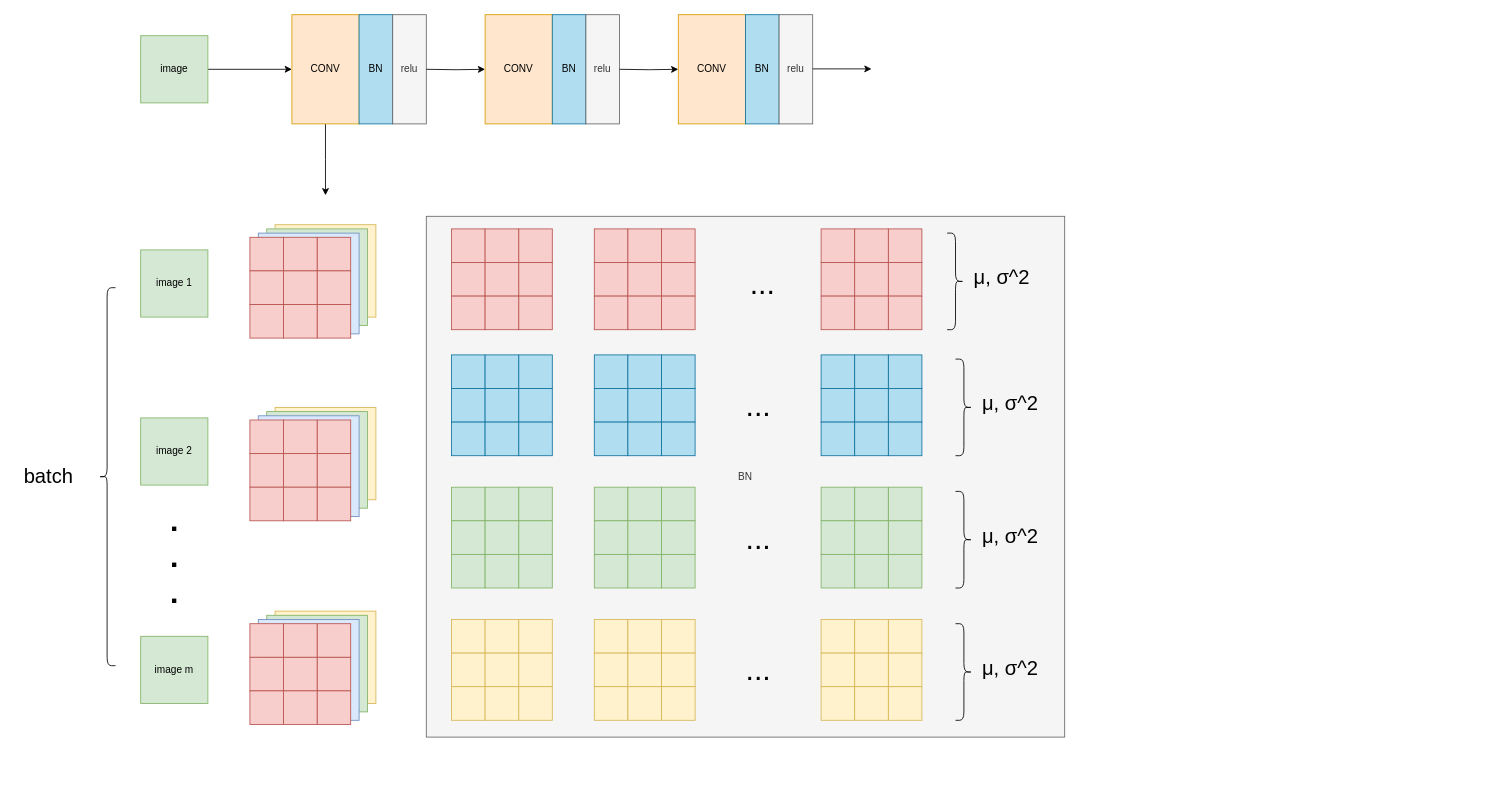
Above: BN.drawio in Bukayoooo/Draws (draw.io), before the change. Source tidied: cells renumbered, new cells numbered last; positions are measured from the earlier drawing's top-left corner, leaving out a move shared by most shapes. Both pictures are drawn from the tidied source at 84%, with x=0, y=0 at pixel (14, 14). Pictures stored in the file or linked from it are replaced by grey dashed boxes.
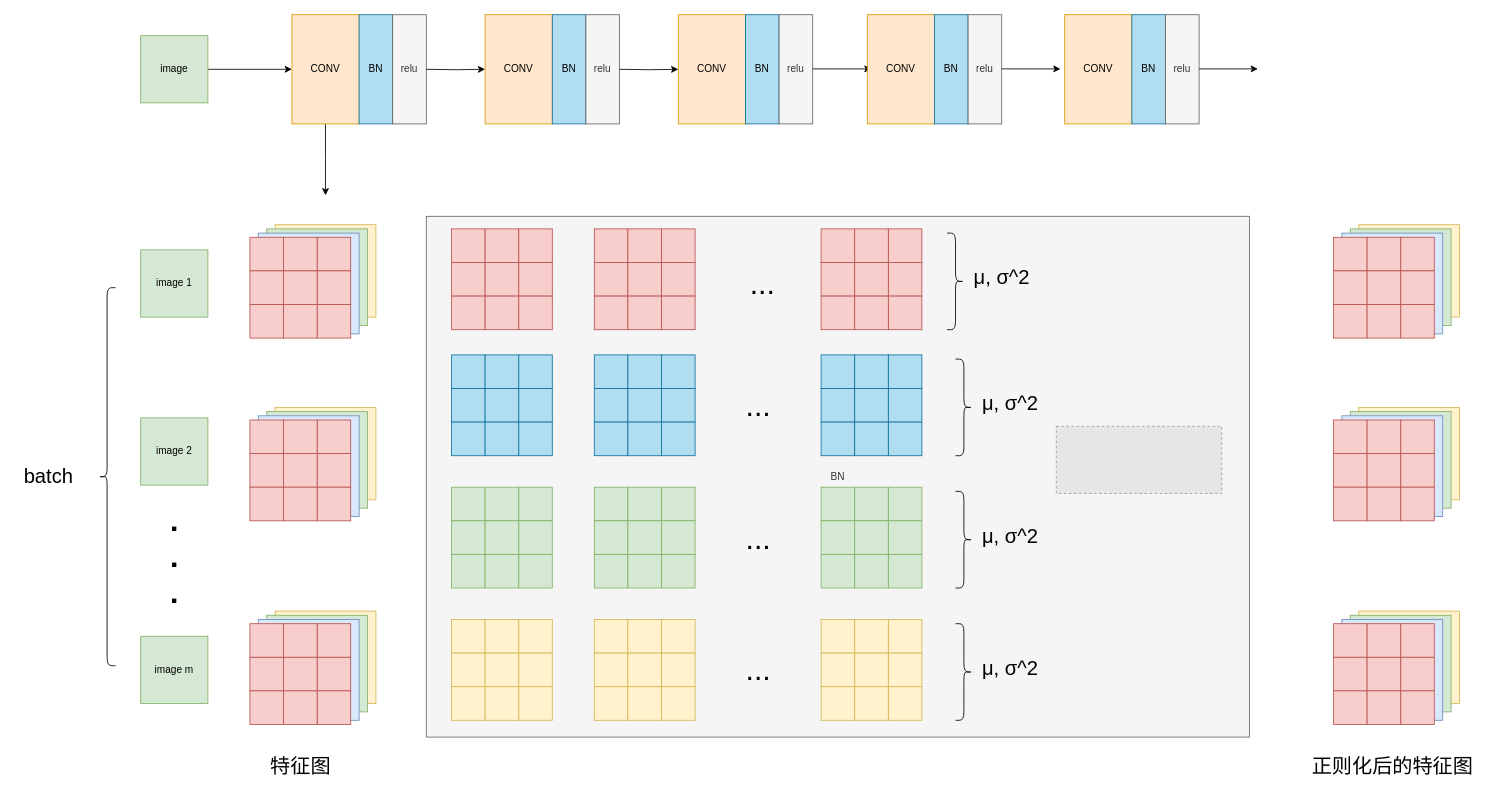
The same diagram, later.

Diff of the diagram source:
```diff
@@
     <mxCell id="26" value="BN" style="rounded=0;whiteSpace=wrap;html=1;fillColor=#f5f5f5;fontColor=#333333;strokeColor=#666666;" parent="1" vertex="1">
-      <mxGeometry x="490" y="240" width="760" height="620" as="geometry" />
+      <mxGeometry x="490" y="240" width="980" height="620" as="geometry" />
     </mxCell>
@@
+    <mxCell id="180" style="fillColor=#E6E6E6;strokeColor=#999999;dashed=1;verticalLabelPosition=bottom;labelBackgroundColor=default;verticalAlign=top;" parent="1" vertex="1">
+      <mxGeometry x="1240" y="490" width="197" height="80" as="geometry" />
+    </mxCell>
+    <mxCell id="181" style="rounded=0;whiteSpace=wrap;html=1;fillColor=#fff2cc;strokeColor=#d6b656;" parent="1" vertex="1">
+      <mxGeometry x="1600" y="250" width="120" height="110" as="geometry" />
+    </mxCell>
+    <mxCell id="182" style="rounded=0;whiteSpace=wrap;html=1;fillColor=#d5e8d4;strokeColor=#82b366;" parent="1" vertex="1">
+      <mxGeometry x="1590" y="255" width="120" height="115" as="geometry" />
+    </mxCell>
+    <mxCell id="183" style="rounded=0;whiteSpace=wrap;html=1;fillColor=#dae8fc;strokeColor=#6c8ebf;" parent="1" vertex="1">
+      <mxGeometry x="1580" y="260" width="120" height="120" as="geometry" />
+    </mxCell>
+    <mxCell id="184" style="rounded=0;whiteSpace=wrap;html=1;fillColor=#f8cecc;strokeColor=#b85450;" parent="1" vertex="1">
+      <mxGeometry x="1570" y="265" width="40" height="40" as="geometry" />
+    </mxCell>
+    <mxCell id="185" style="rounded=0;whiteSpace=wrap;html=1;fillColor=#f8cecc;strokeColor=#b85450;" parent="1" vertex="1">
+      <mxGeometry x="1650" y="265" width="40" height="40" as="geometry" />
+    </mxCell>
+    <mxCell id="186" style="rounded=0;whiteSpace=wrap;html=1;fillColor=#f8cecc;strokeColor=#b85450;" parent="1" vertex="1">
+      <mxGeometry x="1610" y="265" width="40" height="40" as="geometry" />
+    </mxCell>
+    <mxCell id="187" style="rounded=0;whiteSpace=wrap;html=1;fillColor=#f8cecc;strokeColor=#b85450;" parent="1" vertex="1">
+      <mxGeometry x="1570" y="305" width="40" height="40" as="geometry" />
+    </mxCell>
+    <mxCell id="188" style="rounded=0;whiteSpace=wrap;html=1;fillColor=#f8cecc;strokeColor=#b85450;" parent="1" vertex="1">
+      <mxGeometry x="1650" y="305" width="40" height="40" as="geometry" />
+    </mxCell>
+    <mxCell id="189" style="rounded=0;whiteSpace=wrap;html=1;fillColor=#f8cecc;strokeColor=#b85450;" parent="1" vertex="1">
+      <mxGeometry x="1610" y="305" width="40" height="40" as="geometry" />
+    </mxCell>
+    <mxCell id="190" style="rounded=0;whiteSpace=wrap;html=1;fillColor=#f8cecc;strokeColor=#b85450;" parent="1" vertex="1">
+      <mxGeometry x="1570" y="345" width="40" height="40" as="geometry" />
+    </mxCell>
+    <mxCell id="191" style="rounded=0;whiteSpace=wrap;html=1;fillColor=#f8cecc;strokeColor=#b85450;" parent="1" vertex="1">
+      <mxGeometry x="1650" y="345" width="40" height="40" as="geometry" />
+    </mxCell>
+    <mxCell id="192" style="rounded=0;whiteSpace=wrap;html=1;fillColor=#f8cecc;strokeColor=#b85450;" parent="1" vertex="1">
+      <mxGeometry x="1610" y="345" width="40" height="40" as="geometry" />
+    </mxCell>
+    <mxCell id="193" style="rounded=0;whiteSpace=wrap;html=1;fillColor=#fff2cc;strokeColor=#d6b656;" parent="1" vertex="1">
+      <mxGeometry x="1600" y="467.5" width="120" height="110" as="geometry" />
+    </mxCell>
+    <mxCell id="194" style="rounded=0;whiteSpace=wrap;html=1;fillColor=#d5e8d4;strokeColor=#82b366;" parent="1" vertex="1">
+      <mxGeometry x="1590" y="472.5" width="120" height="115" as="geometry" />
+    </mxCell>
+    <mxCell id="195" style="rounded=0;whiteSpace=wrap;html=1;fillColor=#dae8fc;strokeColor=#6c8ebf;" parent="1" vertex="1">
+      <mxGeometry x="1580" y="477.5" width="120" height="120" as="geometry" />
+    </mxCell>
+    <mxCell id="196" style="rounded=0;whiteSpace=wrap;html=1;fillColor=#f8cecc;strokeColor=#b85450;" parent="1" vertex="1">
+      <mxGeometry x="1570" y="482.5" width="40" height="40" as="geometry" />
+    </mxCell>
+    <mxCell id="197" style="rounded=0;whiteSpace=wrap;html=1;fillColor=#f8cecc;strokeColor=#b85450;" parent="1" vertex="1">
+      <mxGeometry x="1650" y="482.5" width="40" height="40" as="geometry" />
+    </mxCell>
+    <mxCell id="198" style="rounded=0;whiteSpace=wrap;html=1;fillColor=#f8cecc;strokeColor=#b85450;" parent="1" vertex="1">
+      <mxGeometry x="1610" y="482.5" width="40" height="40" as="geometry" />
+    </mxCell>
+    <mxCell id="199" style="rounded=0;whiteSpace=wrap;html=1;fillColor=#f8cecc;strokeColor=#b85450;" parent="1" vertex="1">
+      <mxGeometry x="1570" y="522.5" width="40" height="40" as="geometry" />
+    </mxCell>
+    <mxCell id="200" style="rounded=0;whiteSpace=wrap;html=1;fillColor=#f8cecc;strokeColor=#b85450;" parent="1" vertex="1">
+      <mxGeometry x="1650" y="522.5" width="40" height="40" as="geometry" />
+    </mxCell>
+    <mxCell id="201" style="rounded=0;whiteSpace=wrap;html=1;fillColor=#f8cecc;strokeColor=#b85450;" parent="1" vertex="1">
+      <mxGeometry x="1610" y="522.5" width="40" height="40" as="geometry" />
+    </mxCell>
+    <mxCell id="202" style="rounded=0;whiteSpace=wrap;html=1;fillColor=#f8cecc;strokeColor=#b85450;" parent="1" vertex="1">
+      <mxGeometry x="1570" y="562.5" width="40" height="40" as="geometry" />
+    </mxCell>
+    <mxCell id="203" style="rounded=0;whiteSpace=wrap;html=1;fillColor=#f8cecc;strokeColor=#b85450;" parent="1" vertex="1">
+      <mxGeometry x="1650" y="562.5" width="40" height="40" as="geometry" />
+    </mxCell>
+    <mxCell id="204" style="rounded=0;whiteSpace=wrap;html=1;fillColor=#f8cecc;strokeColor=#b85450;" parent="1" vertex="1">
+      <mxGeometry x="1610" y="562.5" width="40" height="40" as="geometry" />
+    </mxCell>
+    <mxCell id="205" style="rounded=0;whiteSpace=wrap;html=1;fillColor=#fff2cc;strokeColor=#d6b656;" parent="1" vertex="1">
+      <mxGeometry x="1600" y="710" width="120" height="110" as="geometry" />
+    </mxCell>
+    <mxCell id="206" style="rounded=0;whiteSpace=wrap;html=1;fillColor=#d5e8d4;strokeColor=#82b366;" parent="1" vertex="1">
+      <mxGeometry x="1590" y="715" width="120" height="115" as="geometry" />
+    </mxCell>
+    <mxCell id="207" style="rounded=0;whiteSpace=wrap;html=1;fillColor=#dae8fc;strokeColor=#6c8ebf;" parent="1" vertex="1">
+      <mxGeometry x="1580" y="720" width="120" height="120" as="geometry" />
+    </mxCell>
+    <mxCell id="208" style="rounded=0;whiteSpace=wrap;html=1;fillColor=#f8cecc;strokeColor=#b85450;" parent="1" vertex="1">
+      <mxGeometry x="1570" y="725" width="40" height="40" as="geometry" />
+    </mxCell>
+    <mxCell id="209" style="rounded=0;whiteSpace=wrap;html=1;fillColor=#f8cecc;strokeColor=#b85450;" parent="1" vertex="1">
+      <mxGeometry x="1650" y="725" width="40" height="40" as="geometry" />
+    </mxCell>
+    <mxCell id="210" style="rounded=0;whiteSpace=wrap;html=1;fillColor=#f8cecc;strokeColor=#b85450;" parent="1" vertex="1">
+      <mxGeometry x="1610" y="725" width="40" height="40" as="geometry" />
+    </mxCell>
+    <mxCell id="211" style="rounded=0;whiteSpace=wrap;html=1;fillColor=#f8cecc;strokeColor=#b85450;" parent="1" vertex="1">
+      <mxGeometry x="1570" y="765" width="40" height="40" as="geometry" />
+    </mxCell>
+    <mxCell id="212" style="rounded=0;whiteSpace=wrap;html=1;fillColor=#f8cecc;strokeColor=#b85450;" parent="1" vertex="1">
+      <mxGeometry x="1650" y="765" width="40" height="40" as="geometry" />
+    </mxCell>
+    <mxCell id="213" style="rounded=0;whiteSpace=wrap;html=1;fillColor=#f8cecc;strokeColor=#b85450;" parent="1" vertex="1">
+      <mxGeometry x="1610" y="765" width="40" height="40" as="geometry" />
+    </mxCell>
+    <mxCell id="214" style="rounded=0;whiteSpace=wrap;html=1;fillColor=#f8cecc;strokeColor=#b85450;" parent="1" vertex="1">
+      <mxGeometry x="1570" y="805" width="40" height="40" as="geometry" />
+    </mxCell>
+    <mxCell id="215" style="rounded=0;whiteSpace=wrap;html=1;fillColor=#f8cecc;strokeColor=#b85450;" parent="1" vertex="1">
+      <mxGeometry x="1650" y="805" width="40" height="40" as="geometry" />
+    </mxCell>
+    <mxCell id="216" style="rounded=0;whiteSpace=wrap;html=1;fillColor=#f8cecc;strokeColor=#b85450;" parent="1" vertex="1">
+      <mxGeometry x="1610" y="805" width="40" height="40" as="geometry" />
+    </mxCell>
+    <mxCell id="217" value="特征图" style="text;html=1;align=center;verticalAlign=middle;strokeColor=none;fillColor=none;fontSize=24;" parent="1" vertex="1">
+      <mxGeometry x="290" y="875" width="100" height="40" as="geometry" />
+    </mxCell>
+    <mxCell id="218" value="正则化后的特征图" style="text;html=1;align=center;verticalAlign=middle;strokeColor=none;fillColor=none;fontSize=24;" parent="1" vertex="1">
+      <mxGeometry x="1530" y="875" width="220" height="40" as="geometry" />
+    </mxCell>
+    <mxCell id="219" value="CONV" style="rounded=0;whiteSpace=wrap;html=1;fillColor=#ffe6cc;strokeColor=#d79b00;" parent="1" vertex="1">
+      <mxGeometry x="1015" width="80" height="130" as="geometry" />
+    </mxCell>
+    <mxCell id="220" value="BN" style="rounded=0;whiteSpace=wrap;html=1;fillColor=#b1ddf0;strokeColor=#10739e;" parent="1" vertex="1">
+      <mxGeometry x="1095" width="40" height="130" as="geometry" />
+    </mxCell>
+    <mxCell id="221" value="relu" style="rounded=0;whiteSpace=wrap;html=1;fillColor=#f5f5f5;strokeColor=#666666;fontColor=#333333;" parent="1" vertex="1">
+      <mxGeometry x="1135" width="40" height="130" as="geometry" />
+    </mxCell>
+    <mxCell id="222" style="edgeStyle=orthogonalEdgeStyle;rounded=0;orthogonalLoop=1;jettySize=auto;html=1;" parent="1" edge="1">
+      <mxGeometry relative="1" as="geometry">
+        <mxPoint x="1175" y="64.5" as="sourcePoint" />
+        <mxPoint x="1245" y="64.5" as="targetPoint" />
+      </mxGeometry>
+    </mxCell>
+    <mxCell id="223" value="CONV" style="rounded=0;whiteSpace=wrap;html=1;fillColor=#ffe6cc;strokeColor=#d79b00;" parent="1" vertex="1">
+      <mxGeometry x="1250" width="80" height="130" as="geometry" />
+    </mxCell>
+    <mxCell id="224" value="BN" style="rounded=0;whiteSpace=wrap;html=1;fillColor=#b1ddf0;strokeColor=#10739e;" parent="1" vertex="1">
+      <mxGeometry x="1330" width="40" height="130" as="geometry" />
+    </mxCell>
+    <mxCell id="225" value="relu" style="rounded=0;whiteSpace=wrap;html=1;fillColor=#f5f5f5;strokeColor=#666666;fontColor=#333333;" parent="1" vertex="1">
+      <mxGeometry x="1370" width="40" height="130" as="geometry" />
+    </mxCell>
+    <mxCell id="226" style="edgeStyle=orthogonalEdgeStyle;rounded=0;orthogonalLoop=1;jettySize=auto;html=1;" parent="1" edge="1">
+      <mxGeometry relative="1" as="geometry">
+        <mxPoint x="1410" y="64.5" as="sourcePoint" />
+        <mxPoint x="1480" y="64.5" as="targetPoint" />
+      </mxGeometry>
+    </mxCell>
```
